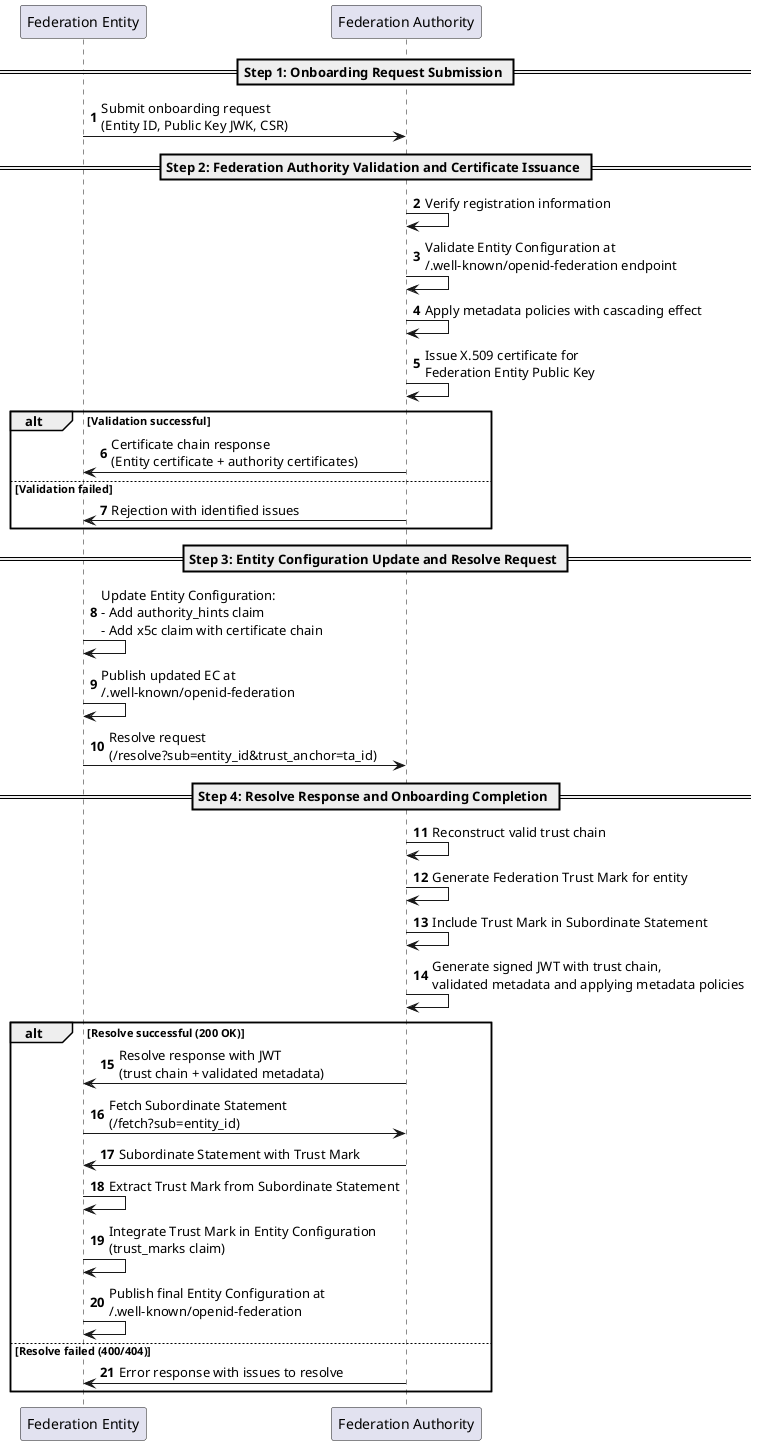
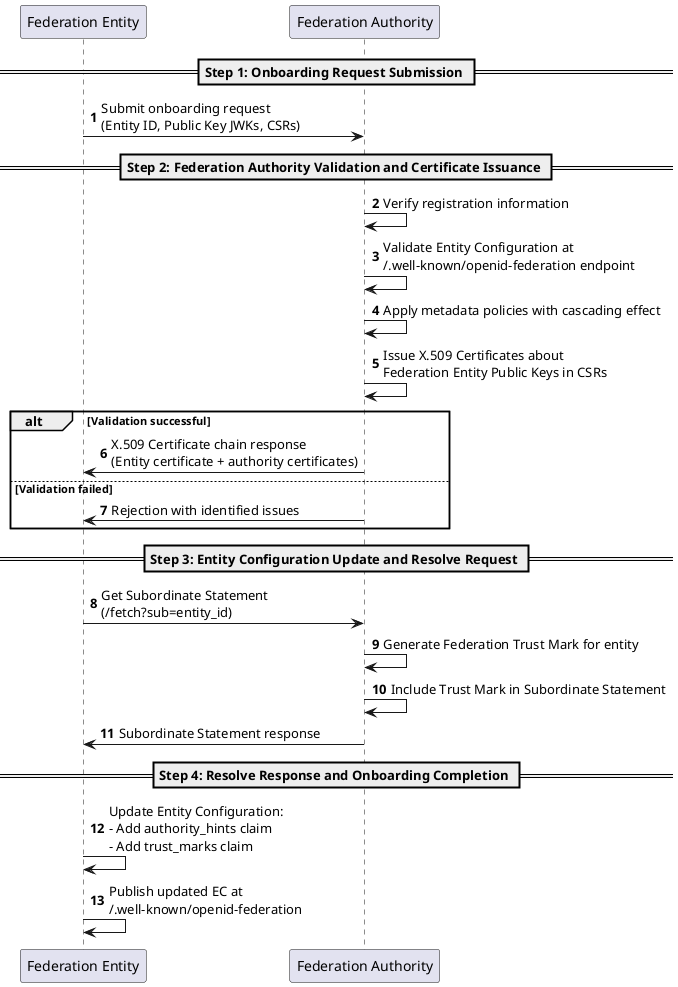
- @startuml Federation Entity Onboarding Process
+ @startuml
autonumber

participant "Federation Entity" as fe
participant "Federation Authority" as ta

== Step 1: Onboarding Request Submission ==

- fe -> ta: Submit onboarding request\n(Entity ID, Public Key JWK, CSR)
+ fe -> ta: Submit onboarding request\n(Entity ID, Public Key JWKs, CSRs)

== Step 2: Federation Authority Validation and Certificate Issuance ==

ta -> ta: Verify registration information
ta -> ta: Validate Entity Configuration at\n/.well-known/openid-federation endpoint
ta -> ta: Apply metadata policies with cascading effect
- ta -> ta: Issue X.509 certificate for\nFederation Entity Public Key
+ ta -> ta: Issue X.509 Certificates about\nFederation Entity Public Keys in CSRs

alt Validation successful
-     ta -> fe: Certificate chain response\n(Entity certificate + authority certificates)
+     ta -> fe: X.509 Certificate chain response\n(Entity certificate + authority certificates)
else Validation failed
    ta -> fe: Rejection with identified issues
end

== Step 3: Entity Configuration Update and Resolve Request ==

- fe -> fe: Update Entity Configuration:\n- Add authority_hints claim\n- Add x5c claim with certificate chain
- fe -> fe: Publish updated EC at\n/.well-known/openid-federation
- fe -> ta: Resolve request\n(/resolve?sub=entity_id&trust_anchor=ta_id)
+ fe -> ta: Get Subordinate Statement\n(/fetch?sub=entity_id)
+ ta -> ta: Generate Federation Trust Mark for entity
+ ta -> ta: Include Trust Mark in Subordinate Statement
+ ta -> fe: Subordinate Statement response

== Step 4: Resolve Response and Onboarding Completion ==

- ta -> ta: Reconstruct valid trust chain
- ta -> ta: Generate Federation Trust Mark for entity
- ta -> ta: Include Trust Mark in Subordinate Statement
- ta -> ta: Generate signed JWT with trust chain,\nvalidated metadata and applying metadata policies
- 
- alt Resolve successful (200 OK)
-     ta -> fe: Resolve response with JWT\n(trust chain + validated metadata)
-     fe -> ta: Fetch Subordinate Statement\n(/fetch?sub=entity_id)
-     ta -> fe: Subordinate Statement with Trust Mark
-     fe -> fe: Extract Trust Mark from Subordinate Statement
-     fe -> fe: Integrate Trust Mark in Entity Configuration\n(trust_marks claim)
-     fe -> fe: Publish final Entity Configuration at\n/.well-known/openid-federation
- else Resolve failed (400/404)
-     ta -> fe: Error response with issues to resolve
- end
+ fe -> fe: Update Entity Configuration:\n- Add authority_hints claim\n- Add trust_marks claim
+ fe -> fe: Publish updated EC at\n/.well-known/openid-federation

@enduml